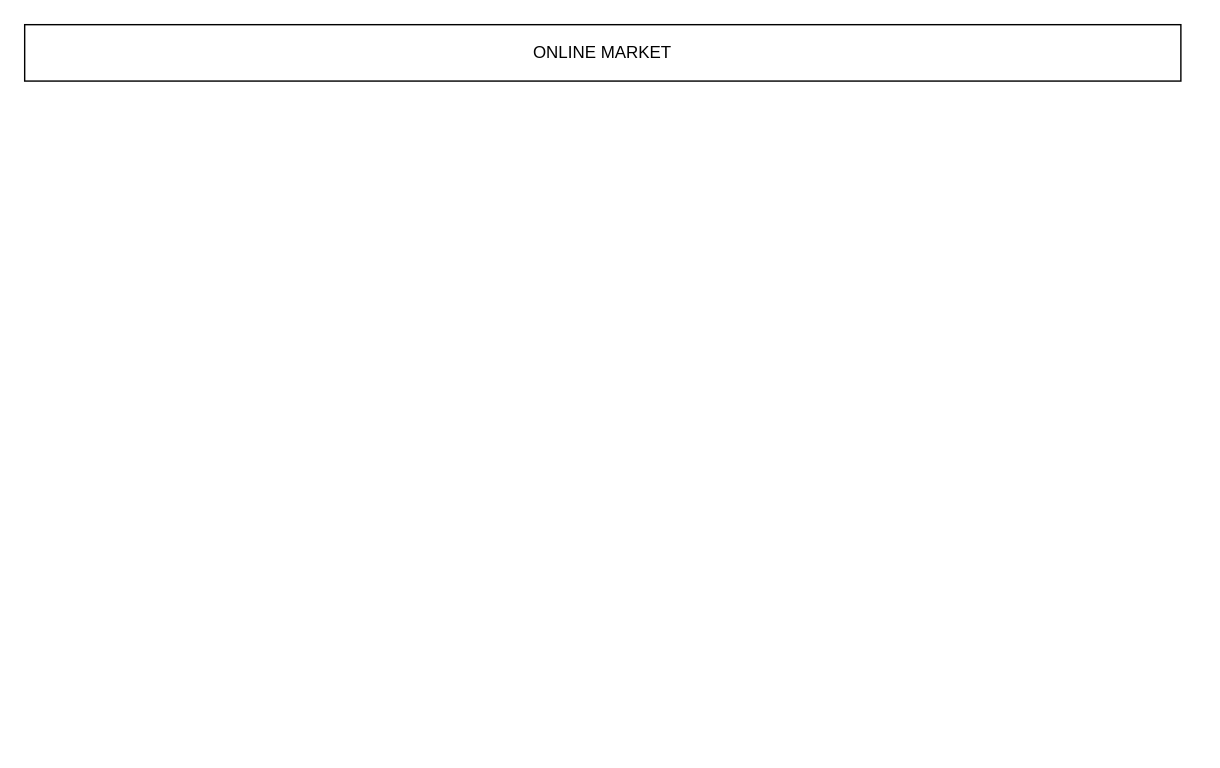
The draw.io diagram page "chorshanba1" (1 of 2) of sxema.drawio in idrok-net/db-scheme, before the edit. Source tidied: cells renumbered, new cells numbered last; positions are measured from the earlier drawing's top-left corner, leaving out a move shared by most shapes. Both pictures are drawn from the tidied source at 141%, with x=0, y=0 at pixel (24, 24).
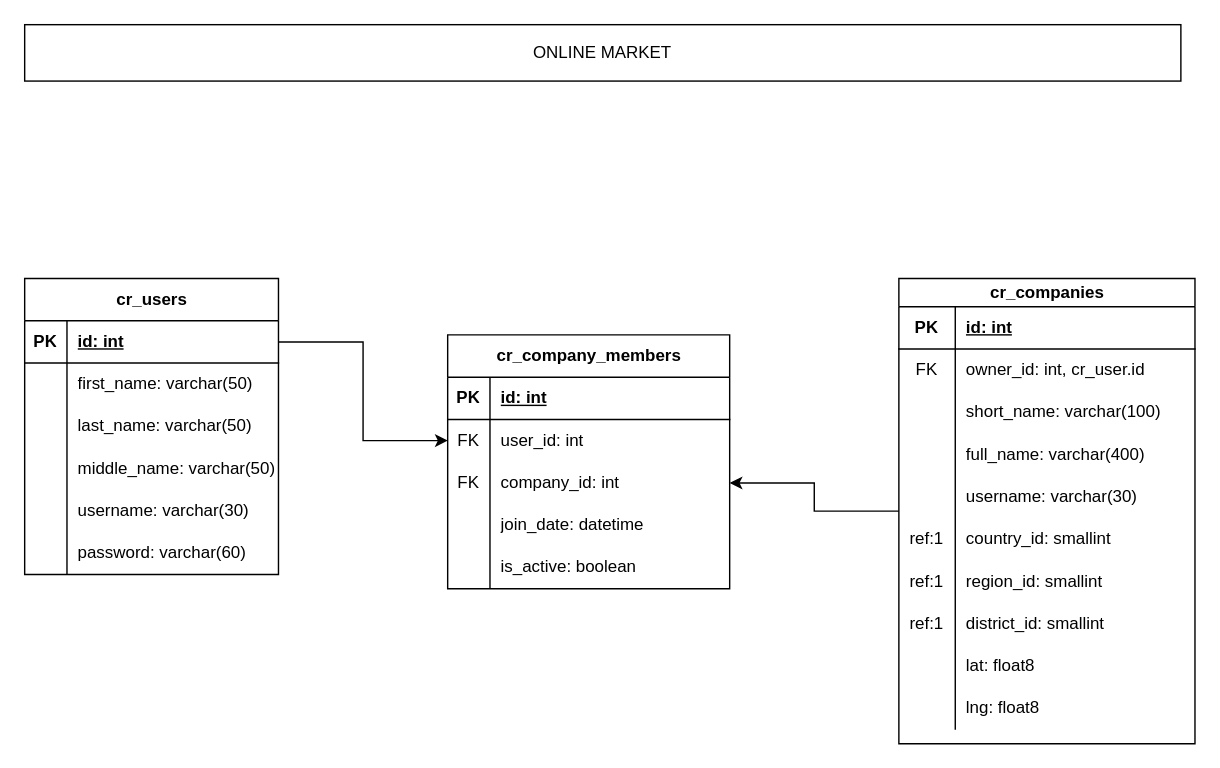
The same page after the edit.

Change to the diagram source:
```diff
@@
+    <mxCell id="3" value="cr_users" style="shape=table;startSize=30;childLayout=tableLayout;rowLines=0;fontStyle=1;align=center;html=1;" parent="1" vertex="1">
+      <mxGeometry y="180" width="180" height="210" as="geometry" />
+    </mxCell>
+    <mxCell id="4" style="shape=tableRow;horizontal=0;startSize=0;swimlaneHead=0;swimlaneBody=0;fillColor=none;points=[[0,0.5],[1,0.5]];portConstraint=eastwest;top=0;left=0;right=0;bottom=1;" parent="3" vertex="1">
+      <mxGeometry y="30" width="180" height="30" as="geometry" />
+    </mxCell>
+    <mxCell id="5" value="PK" style="shape=partialRectangle;fillColor=none;top=0;left=0;bottom=0;right=0;fontStyle=1;overflow=hidden;whiteSpace=wrap;html=1;" parent="4" vertex="1">
+      <mxGeometry width="30" height="30" as="geometry" />
+    </mxCell>
+    <mxCell id="6" value="id: int" style="shape=partialRectangle;fillColor=none;top=0;left=0;bottom=0;right=0;align=left;spacingLeft=6;fontStyle=5;overflow=hidden;whiteSpace=wrap;html=1;" parent="4" vertex="1">
+      <mxGeometry x="30" width="150" height="30" as="geometry" />
+    </mxCell>
+    <mxCell id="7" style="shape=tableRow;horizontal=0;startSize=0;swimlaneHead=0;swimlaneBody=0;fillColor=none;top=0;left=0;right=0;bottom=0;" parent="3" vertex="1">
+      <mxGeometry y="60" width="180" height="30" as="geometry" />
+    </mxCell>
+    <mxCell id="8" style="shape=partialRectangle;fillColor=none;top=0;left=0;bottom=0;right=0;overflow=hidden;whiteSpace=wrap;html=1;" parent="7" vertex="1">
+      <mxGeometry width="30" height="30" as="geometry" />
+    </mxCell>
+    <mxCell id="9" value="first_name: varchar(50)" style="shape=partialRectangle;fillColor=none;top=0;left=0;bottom=0;right=0;align=left;spacingLeft=6;overflow=hidden;whiteSpace=wrap;html=1;" parent="7" vertex="1">
+      <mxGeometry x="30" width="150" height="30" as="geometry" />
+    </mxCell>
+    <mxCell id="10" style="shape=tableRow;horizontal=0;startSize=0;swimlaneHead=0;swimlaneBody=0;fillColor=none;top=0;left=0;right=0;bottom=0;" parent="3" vertex="1">
+      <mxGeometry y="90" width="180" height="30" as="geometry" />
+    </mxCell>
+    <mxCell id="11" style="shape=partialRectangle;fillColor=none;top=0;left=0;bottom=0;right=0;overflow=hidden;whiteSpace=wrap;html=1;" parent="10" vertex="1">
+      <mxGeometry width="30" height="30" as="geometry" />
+    </mxCell>
+    <mxCell id="12" value="last_name: varchar(50)" style="shape=partialRectangle;fillColor=none;top=0;left=0;bottom=0;right=0;align=left;spacingLeft=6;overflow=hidden;whiteSpace=wrap;html=1;" parent="10" vertex="1">
+      <mxGeometry x="30" width="150" height="30" as="geometry" />
+    </mxCell>
+    <mxCell id="13" style="shape=tableRow;horizontal=0;startSize=0;swimlaneHead=0;swimlaneBody=0;fillColor=none;top=0;left=0;right=0;bottom=0;" parent="3" vertex="1">
+      <mxGeometry y="120" width="180" height="30" as="geometry" />
+    </mxCell>
+    <mxCell id="14" style="shape=partialRectangle;fillColor=none;top=0;left=0;bottom=0;right=0;overflow=hidden;whiteSpace=wrap;html=1;" parent="13" vertex="1">
+      <mxGeometry width="30" height="30" as="geometry" />
+    </mxCell>
+    <mxCell id="15" value="middle_name: varchar(50)" style="shape=partialRectangle;fillColor=none;top=0;left=0;bottom=0;right=0;align=left;spacingLeft=6;overflow=hidden;whiteSpace=wrap;html=1;" parent="13" vertex="1">
+      <mxGeometry x="30" width="150" height="30" as="geometry" />
+    </mxCell>
+    <mxCell id="16" style="shape=tableRow;horizontal=0;startSize=0;swimlaneHead=0;swimlaneBody=0;fillColor=none;top=0;left=0;right=0;bottom=0;" parent="3" vertex="1">
+      <mxGeometry y="150" width="180" height="30" as="geometry" />
+    </mxCell>
+    <mxCell id="17" style="shape=partialRectangle;fillColor=none;top=0;left=0;bottom=0;right=0;overflow=hidden;whiteSpace=wrap;html=1;" parent="16" vertex="1">
+      <mxGeometry width="30" height="30" as="geometry" />
+    </mxCell>
+    <mxCell id="18" value="username: varchar(30)" style="shape=partialRectangle;fillColor=none;top=0;left=0;bottom=0;right=0;align=left;spacingLeft=6;overflow=hidden;whiteSpace=wrap;html=1;" parent="16" vertex="1">
+      <mxGeometry x="30" width="150" height="30" as="geometry" />
+    </mxCell>
+    <mxCell id="19" style="shape=tableRow;horizontal=0;startSize=0;swimlaneHead=0;swimlaneBody=0;fillColor=none;top=0;left=0;right=0;bottom=0;" parent="3" vertex="1">
+      <mxGeometry y="180" width="180" height="30" as="geometry" />
+    </mxCell>
+    <mxCell id="20" style="shape=partialRectangle;fillColor=none;top=0;left=0;bottom=0;right=0;overflow=hidden;whiteSpace=wrap;html=1;" parent="19" vertex="1">
+      <mxGeometry width="30" height="30" as="geometry" />
+    </mxCell>
+    <mxCell id="21" value="password: varchar(60)" style="shape=partialRectangle;fillColor=none;top=0;left=0;bottom=0;right=0;align=left;spacingLeft=6;overflow=hidden;whiteSpace=wrap;html=1;" parent="19" vertex="1">
+      <mxGeometry x="30" width="150" height="30" as="geometry" />
+    </mxCell>
+    <mxCell id="22" style="edgeStyle=orthogonalEdgeStyle;rounded=0;jettySize=auto;html=1;" parent="1" edge="1" source="23" target="61">
+      <mxGeometry relative="1" as="geometry" />
+    </mxCell>
+    <mxCell id="23" value="cr_companies" style="shape=table;startSize=20;childLayout=tableLayout;rowLines=0;fontStyle=1;align=center;html=1;strokeColor=default;" parent="1" vertex="1">
+      <mxGeometry x="620" y="180" width="210" height="330" as="geometry" />
+    </mxCell>
+    <mxCell id="24" style="shape=tableRow;horizontal=0;startSize=0;swimlaneHead=0;swimlaneBody=0;fillColor=none;top=0;left=0;right=0;bottom=1;" parent="23" vertex="1">
+      <mxGeometry y="20" width="210" height="30" as="geometry" />
+    </mxCell>
+    <mxCell id="25" value="PK" style="shape=partialRectangle;fillColor=none;top=0;left=0;bottom=0;right=0;fontStyle=1;overflow=hidden;whiteSpace=wrap;html=1;" parent="24" vertex="1">
+      <mxGeometry width="40" height="30" as="geometry" />
+    </mxCell>
+    <mxCell id="26" value="id: int" style="shape=partialRectangle;fillColor=none;top=0;left=0;bottom=0;right=0;align=left;spacingLeft=6;fontStyle=5;overflow=hidden;whiteSpace=wrap;html=1;" parent="24" vertex="1">
+      <mxGeometry x="40" width="170" height="30" as="geometry" />
+    </mxCell>
+    <mxCell id="27" style="shape=tableRow;horizontal=0;startSize=0;swimlaneHead=0;swimlaneBody=0;fillColor=none;top=0;left=0;right=0;bottom=0;" parent="23" vertex="1">
+      <mxGeometry y="50" width="210" height="30" as="geometry" />
+    </mxCell>
+    <mxCell id="28" value="FK" style="shape=partialRectangle;fillColor=none;top=0;left=0;bottom=0;right=0;overflow=hidden;whiteSpace=wrap;html=1;" parent="27" vertex="1">
+      <mxGeometry width="40" height="30" as="geometry" />
+    </mxCell>
+    <mxCell id="29" value="owner_id: int, cr_user.id" style="shape=partialRectangle;fillColor=none;top=0;left=0;bottom=0;right=0;align=left;spacingLeft=6;overflow=hidden;whiteSpace=wrap;html=1;" parent="27" vertex="1">
+      <mxGeometry x="40" width="170" height="30" as="geometry" />
+    </mxCell>
+    <mxCell id="30" style="shape=tableRow;horizontal=0;startSize=0;swimlaneHead=0;swimlaneBody=0;fillColor=none;top=0;left=0;right=0;bottom=0;" parent="23" vertex="1">
+      <mxGeometry y="80" width="210" height="30" as="geometry" />
+    </mxCell>
+    <mxCell id="31" style="shape=partialRectangle;fillColor=none;top=0;left=0;bottom=0;right=0;overflow=hidden;whiteSpace=wrap;html=1;" parent="30" vertex="1">
+      <mxGeometry width="40" height="30" as="geometry" />
+    </mxCell>
+    <mxCell id="32" value="short_name: varchar(100)" style="shape=partialRectangle;fillColor=none;top=0;left=0;bottom=0;right=0;align=left;spacingLeft=6;overflow=hidden;whiteSpace=wrap;html=1;" parent="30" vertex="1">
+      <mxGeometry x="40" width="170" height="30" as="geometry" />
+    </mxCell>
+    <mxCell id="33" style="shape=tableRow;horizontal=0;startSize=0;swimlaneHead=0;swimlaneBody=0;fillColor=none;top=0;left=0;right=0;bottom=0;" parent="23" vertex="1">
+      <mxGeometry y="110" width="210" height="30" as="geometry" />
+    </mxCell>
+    <mxCell id="34" style="shape=partialRectangle;fillColor=none;top=0;left=0;bottom=0;right=0;overflow=hidden;whiteSpace=wrap;html=1;" parent="33" vertex="1">
+      <mxGeometry width="40" height="30" as="geometry" />
+    </mxCell>
+    <mxCell id="35" value="full_name: varchar(400)" style="shape=partialRectangle;fillColor=none;top=0;left=0;bottom=0;right=0;align=left;spacingLeft=6;overflow=hidden;whiteSpace=wrap;html=1;" parent="33" vertex="1">
+      <mxGeometry x="40" width="170" height="30" as="geometry" />
+    </mxCell>
+    <mxCell id="36" style="shape=tableRow;horizontal=0;startSize=0;swimlaneHead=0;swimlaneBody=0;fillColor=none;top=0;left=0;right=0;bottom=0;" parent="23" vertex="1">
+      <mxGeometry y="140" width="210" height="30" as="geometry" />
+    </mxCell>
+    <mxCell id="37" style="shape=partialRectangle;fillColor=none;top=0;left=0;bottom=0;right=0;overflow=hidden;whiteSpace=wrap;html=1;" parent="36" vertex="1">
+      <mxGeometry width="40" height="30" as="geometry" />
+    </mxCell>
+    <mxCell id="38" value="username: varchar(30)" style="shape=partialRectangle;fillColor=none;top=0;left=0;bottom=0;right=0;align=left;spacingLeft=6;overflow=hidden;whiteSpace=wrap;html=1;" parent="36" vertex="1">
+      <mxGeometry x="40" width="170" height="30" as="geometry" />
+    </mxCell>
+    <mxCell id="39" style="shape=tableRow;horizontal=0;startSize=0;swimlaneHead=0;swimlaneBody=0;fillColor=none;top=0;left=0;right=0;bottom=0;" parent="23" vertex="1">
+      <mxGeometry y="170" width="210" height="30" as="geometry" />
+    </mxCell>
+    <mxCell id="40" value="ref:1" style="shape=partialRectangle;fillColor=none;top=0;left=0;bottom=0;right=0;overflow=hidden;whiteSpace=wrap;html=1;" parent="39" vertex="1">
+      <mxGeometry width="40" height="30" as="geometry" />
+    </mxCell>
+    <mxCell id="41" value="country_id: smallint" style="shape=partialRectangle;fillColor=none;top=0;left=0;bottom=0;right=0;align=left;spacingLeft=6;overflow=hidden;whiteSpace=wrap;html=1;" parent="39" vertex="1">
+      <mxGeometry x="40" width="170" height="30" as="geometry" />
+    </mxCell>
+    <mxCell id="42" style="shape=tableRow;horizontal=0;startSize=0;swimlaneHead=0;swimlaneBody=0;fillColor=none;top=0;left=0;right=0;bottom=0;" parent="23" vertex="1">
+      <mxGeometry y="200" width="210" height="30" as="geometry" />
+    </mxCell>
+    <mxCell id="43" value="ref:1" style="shape=partialRectangle;fillColor=none;top=0;left=0;bottom=0;right=0;overflow=hidden;whiteSpace=wrap;html=1;" parent="42" vertex="1">
+      <mxGeometry width="40" height="30" as="geometry" />
+    </mxCell>
+    <mxCell id="44" value="region_id: smallint" style="shape=partialRectangle;fillColor=none;top=0;left=0;bottom=0;right=0;align=left;spacingLeft=6;overflow=hidden;whiteSpace=wrap;html=1;" parent="42" vertex="1">
+      <mxGeometry x="40" width="170" height="30" as="geometry" />
+    </mxCell>
+    <mxCell id="45" style="shape=tableRow;horizontal=0;startSize=0;swimlaneHead=0;swimlaneBody=0;fillColor=none;top=0;left=0;right=0;bottom=0;" parent="23" vertex="1">
+      <mxGeometry y="230" width="210" height="30" as="geometry" />
+    </mxCell>
+    <mxCell id="46" value="ref:1" style="shape=partialRectangle;fillColor=none;top=0;left=0;bottom=0;right=0;overflow=hidden;whiteSpace=wrap;html=1;" parent="45" vertex="1">
+      <mxGeometry width="40" height="30" as="geometry" />
+    </mxCell>
+    <mxCell id="47" value="district_id: smallint" style="shape=partialRectangle;fillColor=none;top=0;left=0;bottom=0;right=0;align=left;spacingLeft=6;overflow=hidden;whiteSpace=wrap;html=1;" parent="45" vertex="1">
+      <mxGeometry x="40" width="170" height="30" as="geometry" />
+    </mxCell>
+    <mxCell id="48" style="shape=tableRow;horizontal=0;startSize=0;swimlaneHead=0;swimlaneBody=0;fillColor=none;top=0;left=0;right=0;bottom=0;" parent="23" vertex="1">
+      <mxGeometry y="260" width="210" height="30" as="geometry" />
+    </mxCell>
+    <mxCell id="49" style="shape=partialRectangle;fillColor=none;top=0;left=0;bottom=0;right=0;overflow=hidden;whiteSpace=wrap;html=1;" parent="48" vertex="1">
+      <mxGeometry width="40" height="30" as="geometry" />
+    </mxCell>
+    <mxCell id="50" value="lat: float8" style="shape=partialRectangle;fillColor=none;top=0;left=0;bottom=0;right=0;align=left;spacingLeft=6;overflow=hidden;whiteSpace=wrap;html=1;" parent="48" vertex="1">
+      <mxGeometry x="40" width="170" height="30" as="geometry" />
+    </mxCell>
+    <mxCell id="51" style="shape=tableRow;horizontal=0;startSize=0;swimlaneHead=0;swimlaneBody=0;fillColor=none;top=0;left=0;right=0;bottom=0;" parent="23" vertex="1">
+      <mxGeometry y="290" width="210" height="30" as="geometry" />
+    </mxCell>
+    <mxCell id="52" style="shape=partialRectangle;fillColor=none;top=0;left=0;bottom=0;right=0;overflow=hidden;whiteSpace=wrap;html=1;" parent="51" vertex="1">
+      <mxGeometry width="40" height="30" as="geometry" />
+    </mxCell>
+    <mxCell id="53" value="lng: float8" style="shape=partialRectangle;fillColor=none;top=0;left=0;bottom=0;right=0;align=left;spacingLeft=6;overflow=hidden;whiteSpace=wrap;html=1;" parent="51" vertex="1">
+      <mxGeometry x="40" width="170" height="30" as="geometry" />
+    </mxCell>
+    <mxCell id="54" value="cr_company_members" style="shape=table;startSize=30;childLayout=tableLayout;rowLines=0;fontStyle=1;align=center;html=1;strokeColor=default;" parent="1" vertex="1">
+      <mxGeometry x="300" y="220" width="200" height="180" as="geometry" />
+    </mxCell>
+    <mxCell id="55" style="shape=tableRow;horizontal=0;startSize=0;swimlaneHead=0;swimlaneBody=0;fillColor=none;top=0;left=0;right=0;bottom=1;" parent="54" vertex="1">
+      <mxGeometry y="30" width="200" height="30" as="geometry" />
+    </mxCell>
+    <mxCell id="56" value="PK" style="shape=partialRectangle;fillColor=none;top=0;left=0;bottom=0;right=0;fontStyle=1;overflow=hidden;whiteSpace=wrap;html=1;" parent="55" vertex="1">
+      <mxGeometry width="30" height="30" as="geometry" />
+    </mxCell>
+    <mxCell id="57" value="id: int" style="shape=partialRectangle;fillColor=none;top=0;left=0;bottom=0;right=0;align=left;spacingLeft=6;fontStyle=5;overflow=hidden;whiteSpace=wrap;html=1;" parent="55" vertex="1">
+      <mxGeometry x="30" width="170" height="30" as="geometry" />
+    </mxCell>
+    <mxCell id="58" style="shape=tableRow;horizontal=0;startSize=0;swimlaneHead=0;swimlaneBody=0;fillColor=none;points=[[0,0.5],[1,0.5]];portConstraint=eastwest;top=0;left=0;right=0;bottom=0;" parent="54" vertex="1">
+      <mxGeometry y="60" width="200" height="30" as="geometry" />
+    </mxCell>
+    <mxCell id="59" value="FK" style="shape=partialRectangle;fillColor=none;top=0;left=0;bottom=0;right=0;overflow=hidden;whiteSpace=wrap;html=1;" parent="58" vertex="1">
+      <mxGeometry width="30" height="30" as="geometry" />
+    </mxCell>
+    <mxCell id="60" value="user_id: int" style="shape=partialRectangle;fillColor=none;top=0;left=0;bottom=0;right=0;align=left;spacingLeft=6;overflow=hidden;whiteSpace=wrap;html=1;" parent="58" vertex="1">
+      <mxGeometry x="30" width="170" height="30" as="geometry" />
+    </mxCell>
+    <mxCell id="61" style="shape=tableRow;horizontal=0;startSize=0;swimlaneHead=0;swimlaneBody=0;fillColor=none;points=[[0,0.5],[1,0.5]];portConstraint=eastwest;top=0;left=0;right=0;bottom=0;" parent="54" vertex="1">
+      <mxGeometry y="90" width="200" height="30" as="geometry" />
+    </mxCell>
+    <mxCell id="62" value="FK" style="shape=partialRectangle;fillColor=none;top=0;left=0;bottom=0;right=0;overflow=hidden;whiteSpace=wrap;html=1;" parent="61" vertex="1">
+      <mxGeometry width="30" height="30" as="geometry" />
+    </mxCell>
+    <mxCell id="63" value="company_id: int" style="shape=partialRectangle;fillColor=none;top=0;left=0;bottom=0;right=0;align=left;spacingLeft=6;overflow=hidden;whiteSpace=wrap;html=1;" parent="61" vertex="1">
+      <mxGeometry x="30" width="170" height="30" as="geometry" />
+    </mxCell>
+    <mxCell id="64" style="shape=tableRow;horizontal=0;startSize=0;swimlaneHead=0;swimlaneBody=0;fillColor=none;top=0;left=0;right=0;bottom=0;" parent="54" vertex="1">
+      <mxGeometry y="120" width="200" height="30" as="geometry" />
+    </mxCell>
+    <mxCell id="65" style="shape=partialRectangle;fillColor=none;top=0;left=0;bottom=0;right=0;overflow=hidden;whiteSpace=wrap;html=1;" parent="64" vertex="1">
+      <mxGeometry width="30" height="30" as="geometry" />
+    </mxCell>
+    <mxCell id="66" value="join_date: datetime" style="shape=partialRectangle;fillColor=none;top=0;left=0;bottom=0;right=0;align=left;spacingLeft=6;overflow=hidden;whiteSpace=wrap;html=1;" parent="64" vertex="1">
+      <mxGeometry x="30" width="170" height="30" as="geometry" />
+    </mxCell>
+    <mxCell id="67" style="shape=tableRow;horizontal=0;startSize=0;swimlaneHead=0;swimlaneBody=0;fillColor=none;top=0;left=0;right=0;bottom=0;" parent="54" vertex="1">
+      <mxGeometry y="150" width="200" height="30" as="geometry" />
+    </mxCell>
+    <mxCell id="68" style="shape=partialRectangle;fillColor=none;top=0;left=0;bottom=0;right=0;overflow=hidden;whiteSpace=wrap;html=1;" parent="67" vertex="1">
+      <mxGeometry width="30" height="30" as="geometry" />
+    </mxCell>
+    <mxCell id="69" value="is_active: boolean" style="shape=partialRectangle;fillColor=none;top=0;left=0;bottom=0;right=0;align=left;spacingLeft=6;overflow=hidden;whiteSpace=wrap;html=1;" parent="67" vertex="1">
+      <mxGeometry x="30" width="170" height="30" as="geometry" />
+    </mxCell>
+    <mxCell id="70" style="edgeStyle=orthogonalEdgeStyle;rounded=0;jettySize=auto;html=1;" parent="1" edge="1" source="4" target="58">
+      <mxGeometry relative="1" as="geometry" />
+    </mxCell>
```
